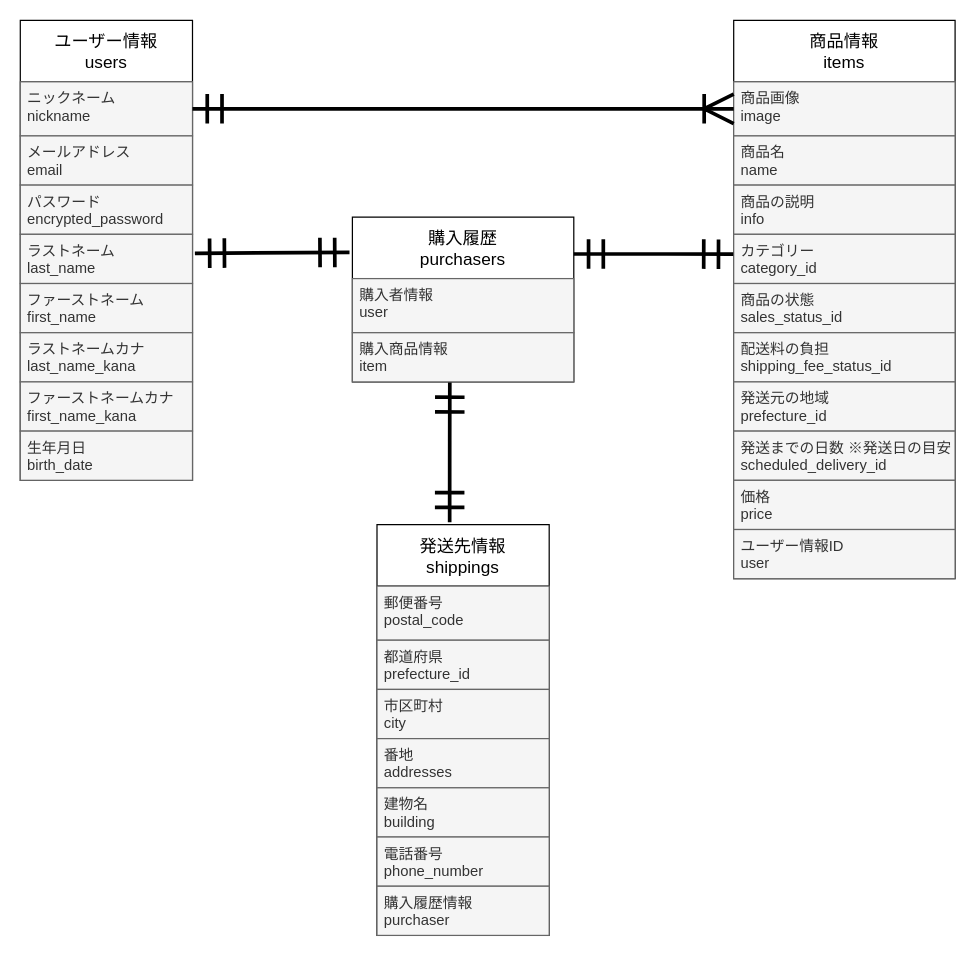
Above: er.dio in hiroyuki0305/furima-37561 (draw.io), before the change. Source tidied: cells renumbered, new cells numbered last; positions are measured from the earlier drawing's top-left corner, leaving out a move shared by most shapes. Both pictures are drawn from the tidied source at 123%, with x=0, y=0 at pixel (20, 20).
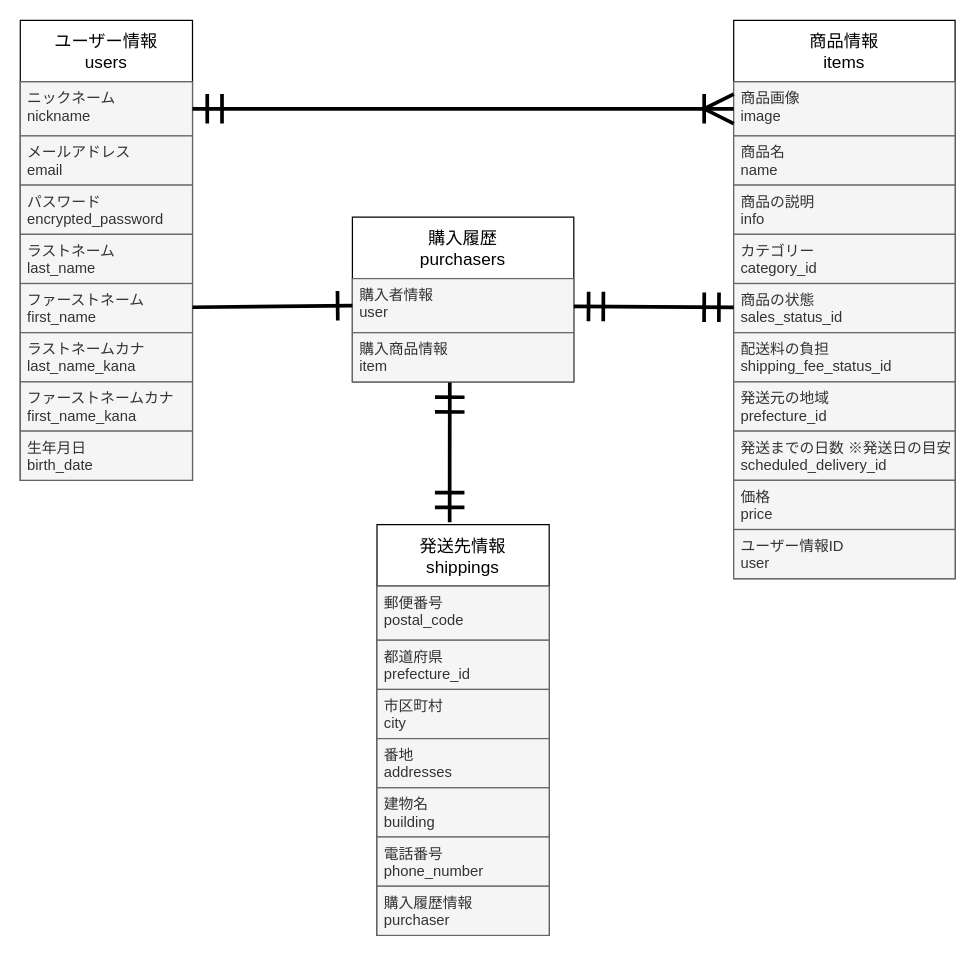
The same diagram, later.

The change refers to these unchanged cells:
```xml
<mxCell id="6" value="ラストネーム&#10;last_name" style="text;strokeColor=#666666;fillColor=#f5f5f5;spacingLeft=4;spacingRight=4;overflow=hidden;points=[[0,0.5],[1,0.5]];portConstraint=eastwest;fontSize=12;fontColor=#333333;" parent="2" vertex="1">
  <mxGeometry y="174" width="140" height="40" as="geometry" />
</mxCell>
<mxCell id="7" value="ファーストネーム&#10;first_name" style="text;strokeColor=#666666;fillColor=#f5f5f5;spacingLeft=4;spacingRight=4;overflow=hidden;points=[[0,0.5],[1,0.5]];portConstraint=eastwest;fontSize=12;fontColor=#333333;" parent="2" vertex="1">
  <mxGeometry y="214" width="140" height="40" as="geometry" />
</mxCell>
<mxCell id="15" value="カテゴリー&#10;category_id" style="text;strokeColor=#666666;fillColor=#f5f5f5;spacingLeft=4;spacingRight=4;overflow=hidden;points=[[0,0.5],[1,0.5]];portConstraint=eastwest;fontSize=12;fontColor=#333333;" parent="11" vertex="1">
  <mxGeometry y="174" width="180" height="40" as="geometry" />
</mxCell>
<mxCell id="16" value="商品の状態&#10;sales_status_id" style="text;strokeColor=#666666;fillColor=#f5f5f5;spacingLeft=4;spacingRight=4;overflow=hidden;points=[[0,0.5],[1,0.5]];portConstraint=eastwest;fontSize=12;fontColor=#333333;" parent="11" vertex="1">
  <mxGeometry y="214" width="180" height="40" as="geometry" />
</mxCell>
<mxCell id="30" value="購入履歴&#10;purchasers" style="swimlane;fontStyle=0;horizontal=1;startSize=50;align=center;fontSize=14;" parent="1" vertex="1">
  <mxGeometry x="270" y="160" width="180" height="134" as="geometry" />
</mxCell>
<mxCell id="31" value="購入者情報&#10;user" style="text;strokeColor=#666666;fillColor=#f5f5f5;spacingLeft=4;spacingRight=4;overflow=hidden;points=[[0,0.5],[1,0.5]];portConstraint=eastwest;fontSize=12;fontColor=#333333;" parent="30" vertex="1">
  <mxGeometry y="50" width="180" height="44" as="geometry" />
</mxCell>
```

Change to the diagram source:
```diff
@@
-    <mxCell id="35" style="fontSize=12;html=1;endArrow=ERmandOne;startArrow=ERmandOne;startSize=20;endSize=20;strokeWidth=3;edgeStyle=orthogonalEdgeStyle;exitX=1;exitY=0.224;exitDx=0;exitDy=0;exitPerimeter=0;entryX=-0.002;entryY=0.404;entryDx=0;entryDy=0;entryPerimeter=0;" parent="1" edge="1" source="30" target="15">
+    <mxCell id="35" style="fontSize=12;html=1;endArrow=ERmandOne;startArrow=ERmandOne;startSize=20;endSize=20;strokeWidth=3;" parent="1" edge="1" source="31" target="16">
       <mxGeometry relative="1" as="geometry" />
     </mxCell>
-    <mxCell id="36" style="fontSize=12;html=1;endArrow=ERmandOne;startArrow=ERmandOne;startSize=20;endSize=20;strokeWidth=3;exitX=1.014;exitY=0.386;exitDx=0;exitDy=0;exitPerimeter=0;entryX=-0.013;entryY=0.214;entryDx=0;entryDy=0;entryPerimeter=0;" parent="1" edge="1" source="6" target="30">
-      <mxGeometry relative="1" as="geometry" />
-    </mxCell>
+    <mxCell id="37" style="fontSize=12;html=1;endArrow=ERone;endFill=1;startSize=20;endSize=20;strokeWidth=3;entryX=0;entryY=0.5;entryDx=0;entryDy=0;" parent="1" edge="1" source="7" target="31">
+      <mxGeometry relative="1" as="geometry" />
+    </mxCell>
```
